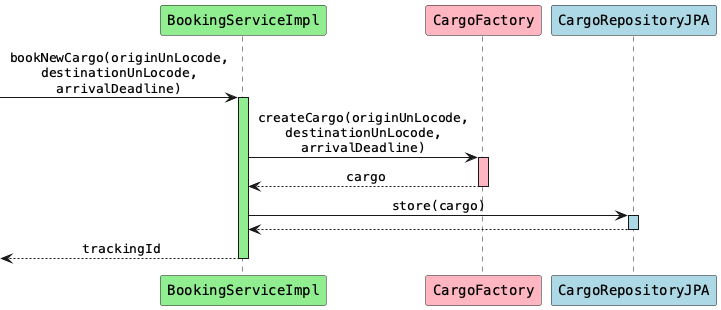
Before: src/site/resources/diagrams/BookingServiceImpl_bookNewCargo.png, a diagram exported from PlantUML (aowss/dddsample-core).
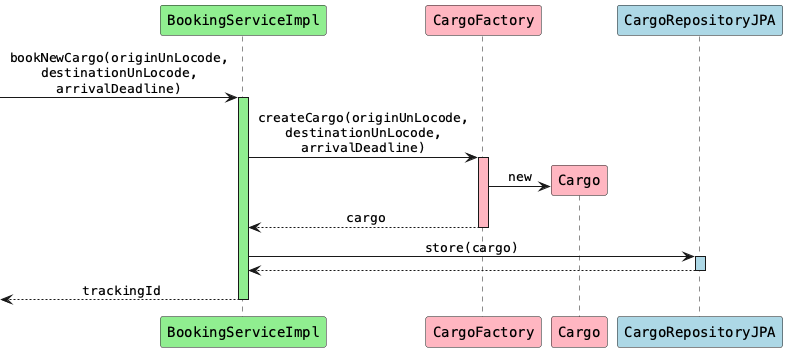
After the change.

What changed in the source:
```diff
@@ -5,6 +5,7 @@
 
 participant "BookingServiceImpl" as bs #lightgreen
 participant "CargoFactory" as cf #lightpink
+participant "Cargo" as c #lightpink
 participant "CargoRepositoryJPA" as cr #lightblue
 
 [-> bs: bookNewCargo(originUnLocode,\ndestinationUnLocode,\narrivalDeadline)
@@ -12,6 +13,8 @@
 
 bs -> cf: createCargo(originUnLocode,\ndestinationUnLocode,\narrivalDeadline)
 activate cf #lightpink
+create c
+cf -> c: new
 cf --> bs: cargo
 deactivate cf
 
```
